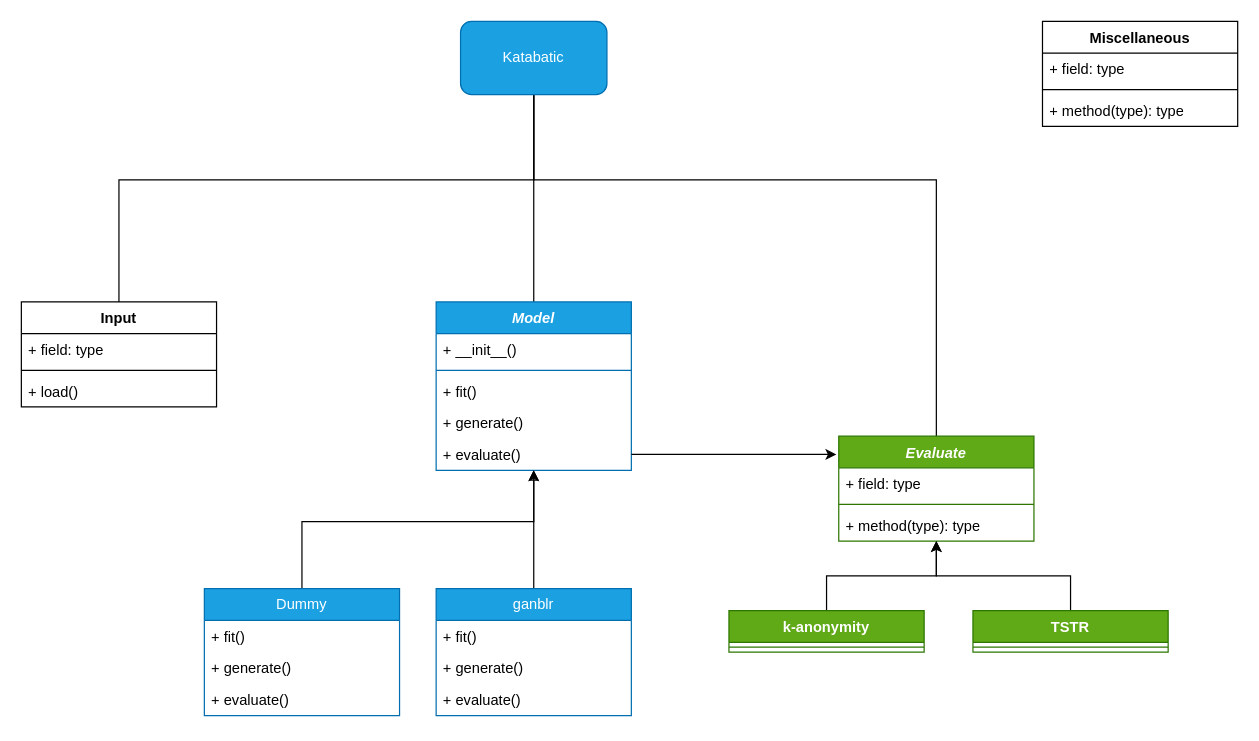
Before: Katabatic.drawio in dfatpnuk/katabatic, a draw.io diagram. Source tidied: cells renumbered, new cells numbered last; positions are measured from the earlier drawing's top-left corner, leaving out a move shared by most shapes. Both pictures are drawn from the tidied source at 122%, with x=0, y=0 at pixel (21, 21).
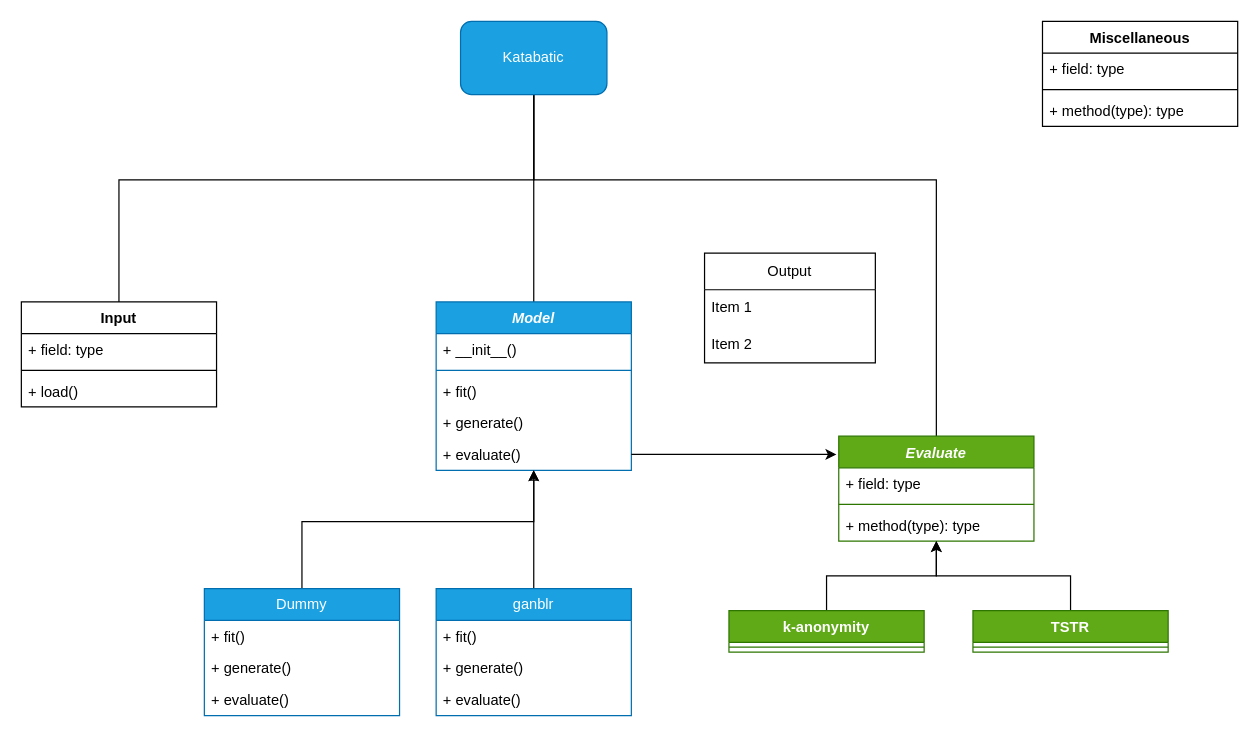
The same diagram, later.

Change to the diagram source:
```diff
@@
+    <mxCell id="41" value="Output" style="swimlane;fontStyle=0;horizontal=1;startSize=30;whiteSpace=wrap;html=1;" parent="1" vertex="1">
+      <mxGeometry x="560" y="190" width="140" height="90" as="geometry" />
+    </mxCell>
+    <mxCell id="42" value="Item 1" style="text;strokeColor=none;fillColor=none;align=left;verticalAlign=middle;spacingLeft=4;spacingRight=4;overflow=hidden;whiteSpace=wrap;html=1;" parent="41" vertex="1">
+      <mxGeometry y="30" width="140" height="30" as="geometry" />
+    </mxCell>
+    <mxCell id="43" value="Item 2" style="text;strokeColor=none;fillColor=none;align=left;verticalAlign=middle;spacingLeft=4;spacingRight=4;overflow=hidden;whiteSpace=wrap;html=1;" parent="41" vertex="1">
+      <mxGeometry y="60" width="140" height="30" as="geometry" />
+    </mxCell>
```
